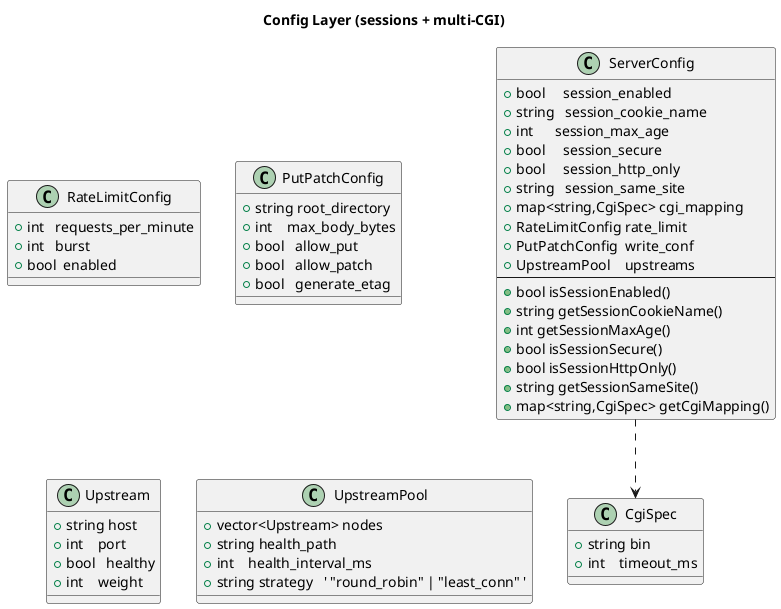
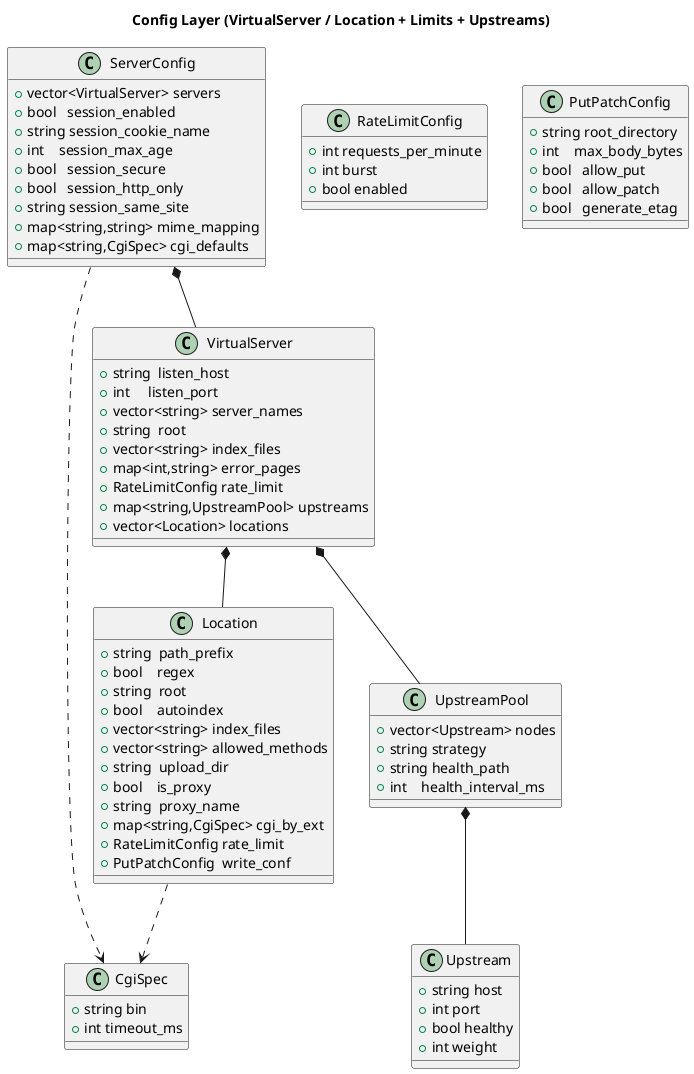
@startuml
skinparam packageStyle rectangle
- title Config Layer (sessions + multi-CGI)
+ title Config Layer (VirtualServer / Location + Limits + Upstreams)

class CgiSpec {
-   +string bin
-   +int    timeout_ms
+ 	+string bin
+ 	+int timeout_ms
}

- class ServerConfig {
-   +bool     session_enabled
-   +string   session_cookie_name
-   +int      session_max_age
-   +bool     session_secure
-   +bool     session_http_only
-   +string   session_same_site
-   +map<string,CgiSpec> cgi_mapping
-   +RateLimitConfig rate_limit
-   +PutPatchConfig  write_conf
-   +UpstreamPool    upstreams
-   --
-   +bool isSessionEnabled()
-   +string getSessionCookieName()
-   +int getSessionMaxAge()
-   +bool isSessionSecure()
-   +bool isSessionHttpOnly()
-   +string getSessionSameSite()
-   +map<string,CgiSpec> getCgiMapping()
- }
- 
- 
- ' === Add to Config UML === '
class RateLimitConfig {
-   +int   requests_per_minute
-   +int   burst
-   +bool  enabled
+ 	+int requests_per_minute
+ 	+int burst
+ 	+bool enabled
}

class PutPatchConfig {
  +string root_directory
  +int    max_body_bytes
  +bool   allow_put
  +bool   allow_patch
  +bool   generate_etag
}

class Upstream {
-   +string host
-   +int    port
-   +bool   healthy
-   +int    weight
+ 	+string host
+ 	+int port
+ 	+bool healthy
+ 	+int weight
}

class UpstreamPool {
  +vector<Upstream> nodes
+   +string strategy
  +string health_path
  +int    health_interval_ms
-   +string strategy   ' "round_robin" | "least_conn" '
}

+ class Location {
+   +string  path_prefix
+   +bool    regex
+   +string  root
+   +bool    autoindex
+   +vector<string> index_files
+   +vector<string> allowed_methods
+   +string  upload_dir
+   +bool    is_proxy
+   +string  proxy_name
+   +map<string,CgiSpec> cgi_by_ext
+   +RateLimitConfig rate_limit
+   +PutPatchConfig  write_conf
+ }
+ 
+ class VirtualServer {
+   +string  listen_host
+   +int     listen_port
+   +vector<string> server_names
+   +string  root
+   +vector<string> index_files
+   +map<int,string> error_pages
+   +RateLimitConfig rate_limit
+   +map<string,UpstreamPool> upstreams
+   +vector<Location> locations
+ }
+ 
+ class ServerConfig {
+   +vector<VirtualServer> servers
+   +bool   session_enabled
+   +string session_cookie_name
+   +int    session_max_age
+   +bool   session_secure
+   +bool   session_http_only
+   +string session_same_site
+   +map<string,string> mime_mapping
+   +map<string,CgiSpec> cgi_defaults
+ }
+ 
+ ServerConfig *-- VirtualServer
+ VirtualServer *-- Location
+ VirtualServer *-- UpstreamPool
+ UpstreamPool *-- Upstream
+ Location ..> CgiSpec
ServerConfig ..> CgiSpec
@enduml
